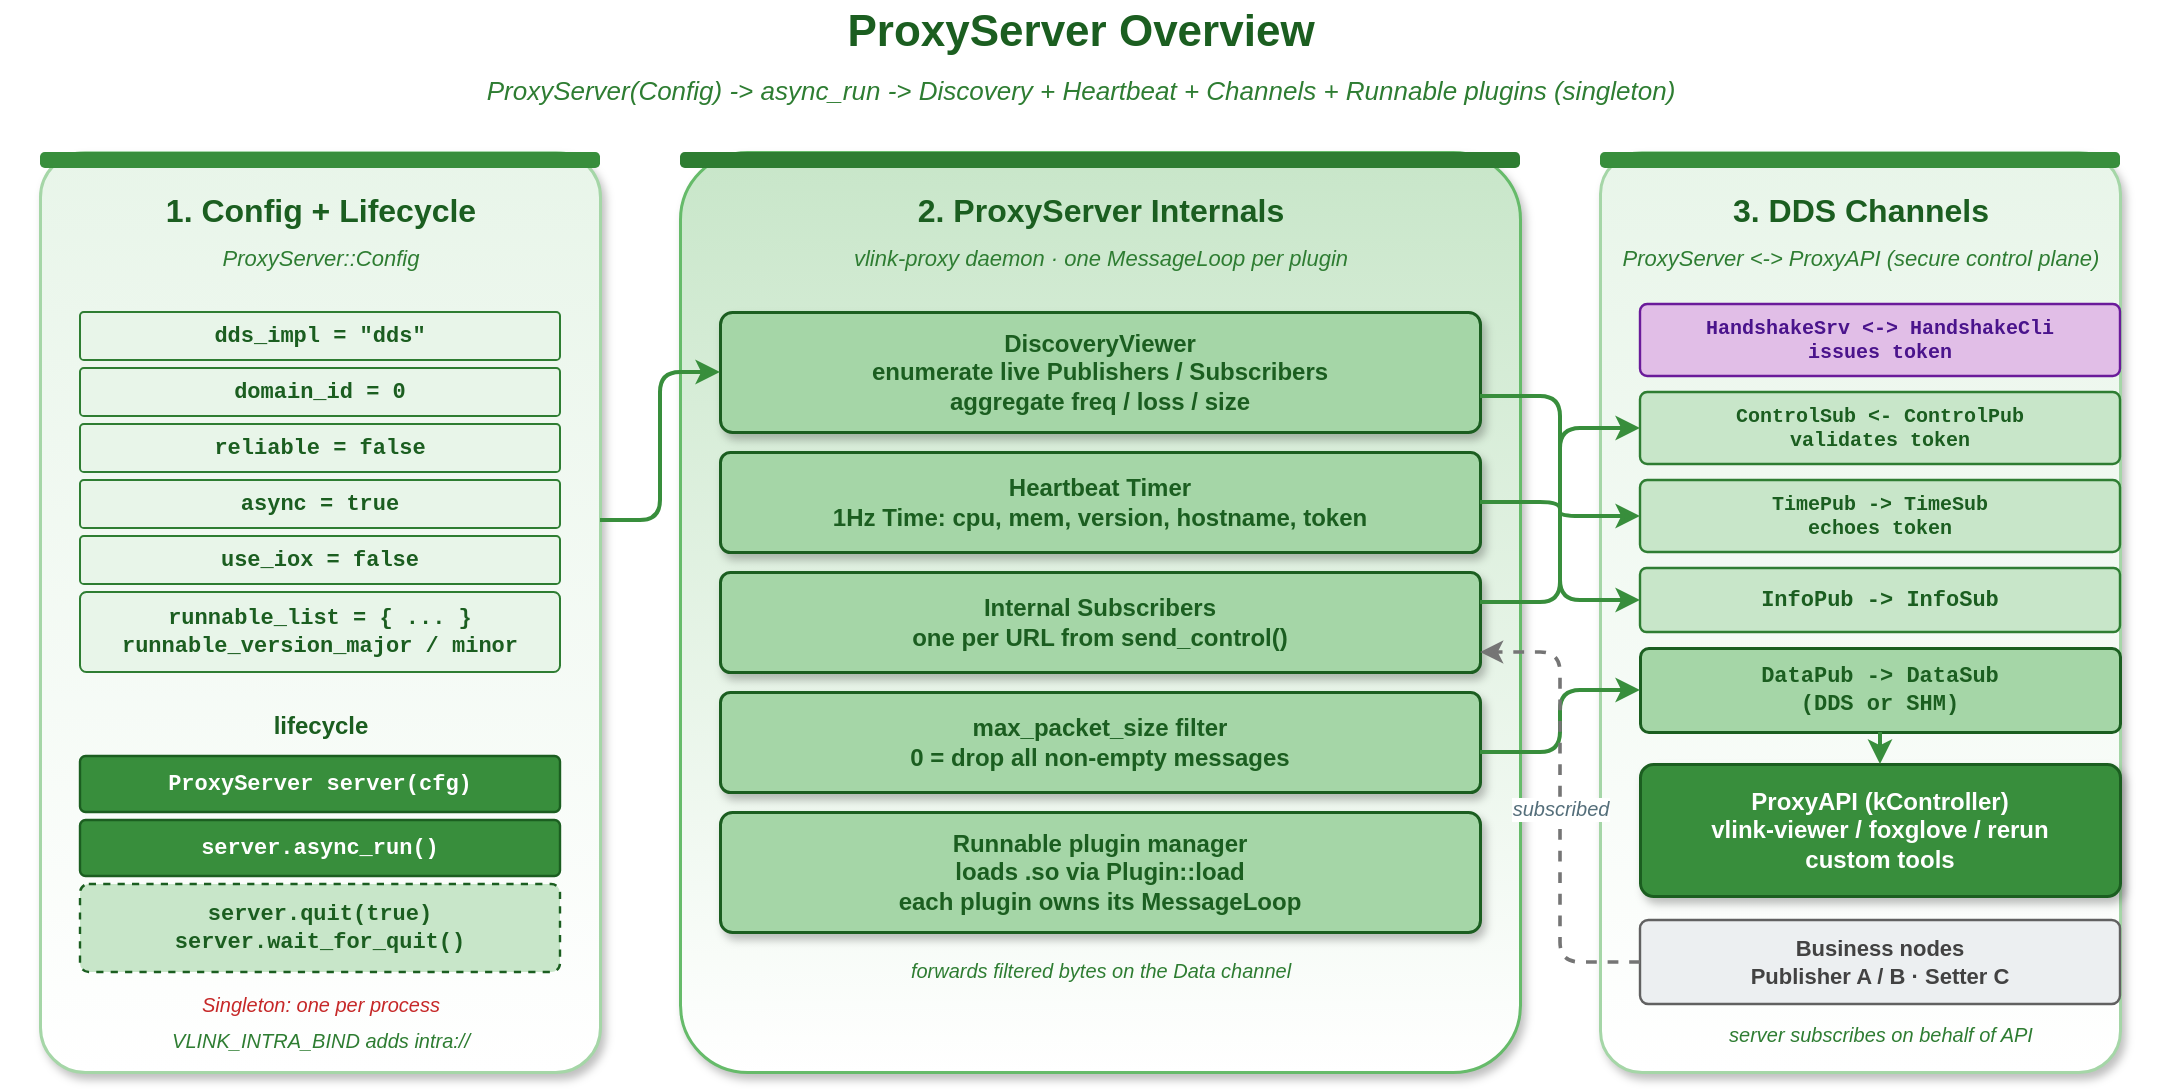
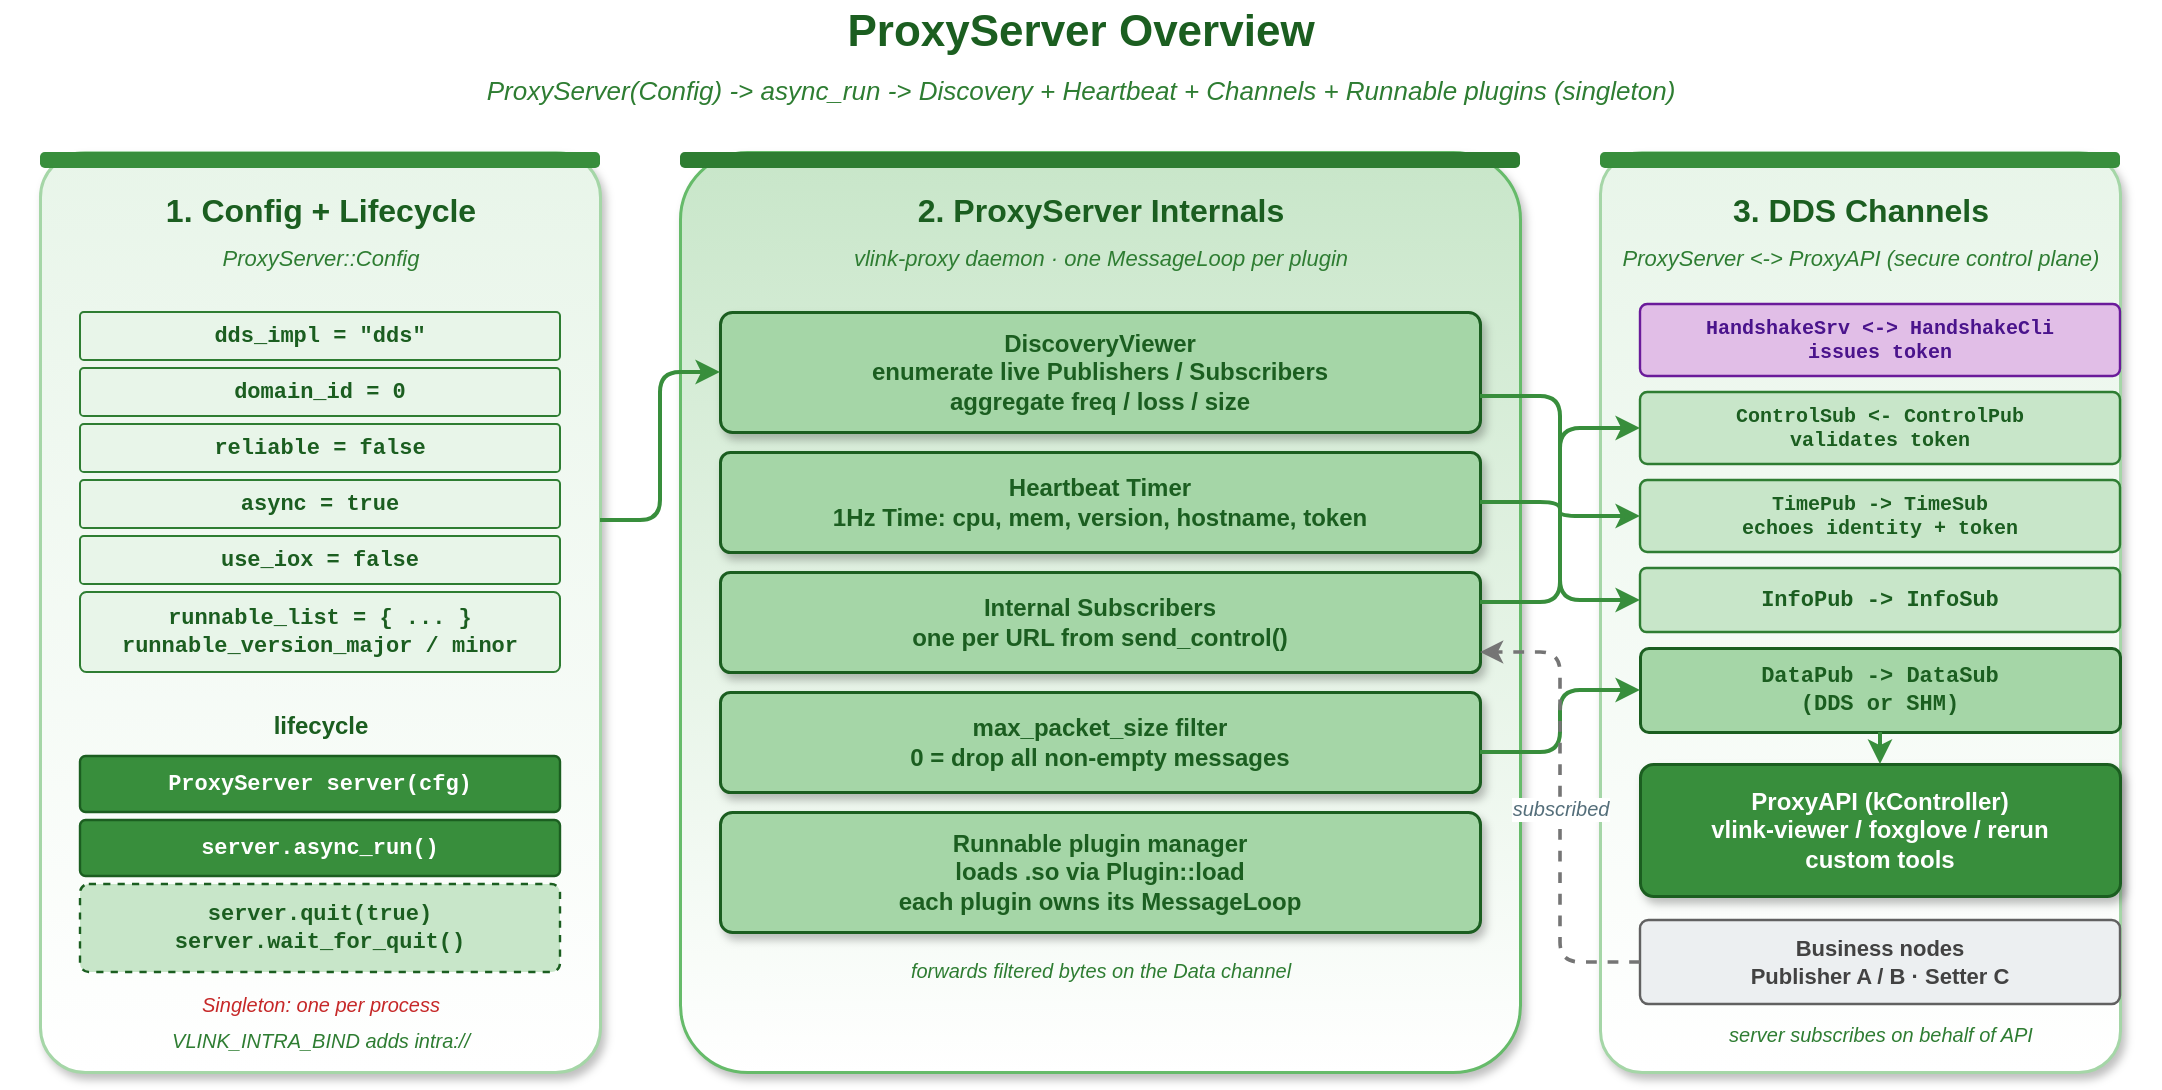
<mxfile host="app.diagrams.net" modified="2026-05-19T00:00:00.000Z" agent="Claude" version="24.0.0" type="device">
  <diagram id="proxy-server-overview" name="ProxyServer Overview">
    <mxGraphModel dx="1120" dy="640" grid="0" gridSize="10" guides="1" tooltips="1" connect="1" arrows="1" fold="1" page="1" pageScale="1" pageWidth="1120" pageHeight="640" math="0" shadow="0">
      <root>
        <mxCell id="0" />
        <mxCell id="1" parent="0" />

        <mxCell id="title" value="ProxyServer Overview" style="text;html=1;align=center;verticalAlign=middle;strokeColor=none;fillColor=none;fontSize=22;fontStyle=1;fontColor=#1b5e20;" vertex="1" parent="1">
          <mxGeometry x="20" y="24" width="1080" height="32" as="geometry" />
        </mxCell>
        <mxCell id="subtitle" value="ProxyServer(Config) -&gt; async_run -&gt; Discovery + Heartbeat + Channels + Runnable plugins  (singleton)" style="text;html=1;align=center;verticalAlign=middle;strokeColor=none;fillColor=none;fontSize=13;fontStyle=2;fontColor=#2e7d32;" vertex="1" parent="1">
          <mxGeometry x="20" y="58" width="1080" height="22" as="geometry" />
        </mxCell>

        <!-- Section 1: Config (left) -->
        <mxCell id="cfg_bg" value="" style="rounded=1;whiteSpace=wrap;html=1;fillColor=#ffffff;strokeColor=#a5d6a7;strokeWidth=1.5;arcSize=8;shadow=1;gradientColor=#e8f5e9;gradientDirection=north;" vertex="1" parent="1">
          <mxGeometry x="40" y="100" width="280" height="460" as="geometry" />
        </mxCell>
        <mxCell id="cfg_bar" value="" style="rounded=1;whiteSpace=wrap;html=1;fillColor=#388e3c;strokeColor=none;arcSize=30;" vertex="1" parent="1">
          <mxGeometry x="40" y="100" width="280" height="8" as="geometry" />
        </mxCell>
        <mxCell id="cfg_t" value="1. Config + Lifecycle" style="text;html=1;align=center;verticalAlign=middle;strokeColor=none;fillColor=none;fontSize=16;fontStyle=1;fontColor=#1b5e20;" vertex="1" parent="1">
          <mxGeometry x="40" y="116" width="280" height="26" as="geometry" />
        </mxCell>
        <mxCell id="cfg_st" value="ProxyServer::Config" style="text;html=1;align=center;verticalAlign=middle;strokeColor=none;fillColor=none;fontSize=11;fontStyle=2;fontColor=#2e7d32;" vertex="1" parent="1">
          <mxGeometry x="40" y="144" width="280" height="18" as="geometry" />
        </mxCell>

        <mxCell id="cfg_dds" value="dds_impl = &quot;dds&quot;" style="rounded=1;whiteSpace=wrap;html=1;fillColor=#e8f5e9;strokeColor=#2e7d32;strokeWidth=1;arcSize=8;fontSize=11;fontFamily=Courier New;fontStyle=1;fontColor=#1b5e20;" vertex="1" parent="1">
          <mxGeometry x="60" y="180" width="240" height="24" as="geometry" />
        </mxCell>
        <mxCell id="cfg_dom" value="domain_id = 0" style="rounded=1;whiteSpace=wrap;html=1;fillColor=#e8f5e9;strokeColor=#2e7d32;strokeWidth=1;arcSize=8;fontSize=11;fontFamily=Courier New;fontStyle=1;fontColor=#1b5e20;" vertex="1" parent="1">
          <mxGeometry x="60" y="208" width="240" height="24" as="geometry" />
        </mxCell>
        <mxCell id="cfg_rel" value="reliable = false" style="rounded=1;whiteSpace=wrap;html=1;fillColor=#e8f5e9;strokeColor=#2e7d32;strokeWidth=1;arcSize=8;fontSize=11;fontFamily=Courier New;fontStyle=1;fontColor=#1b5e20;" vertex="1" parent="1">
          <mxGeometry x="60" y="236" width="240" height="24" as="geometry" />
        </mxCell>
        <mxCell id="cfg_async" value="async = true" style="rounded=1;whiteSpace=wrap;html=1;fillColor=#e8f5e9;strokeColor=#2e7d32;strokeWidth=1;arcSize=8;fontSize=11;fontFamily=Courier New;fontStyle=1;fontColor=#1b5e20;" vertex="1" parent="1">
          <mxGeometry x="60" y="264" width="240" height="24" as="geometry" />
        </mxCell>
        <mxCell id="cfg_iox" value="use_iox = false" style="rounded=1;whiteSpace=wrap;html=1;fillColor=#e8f5e9;strokeColor=#2e7d32;strokeWidth=1;arcSize=8;fontSize=11;fontFamily=Courier New;fontStyle=1;fontColor=#1b5e20;" vertex="1" parent="1">
          <mxGeometry x="60" y="292" width="240" height="24" as="geometry" />
        </mxCell>
        <mxCell id="cfg_run" value="runnable_list = { ... }&#10;runnable_version_major / minor" style="rounded=1;whiteSpace=wrap;html=1;fillColor=#e8f5e9;strokeColor=#2e7d32;strokeWidth=1;arcSize=8;fontSize=11;fontFamily=Courier New;fontStyle=1;fontColor=#1b5e20;" vertex="1" parent="1">
          <mxGeometry x="60" y="320" width="240" height="40" as="geometry" />
        </mxCell>

        <mxCell id="life_t" value="lifecycle" style="text;html=1;align=center;verticalAlign=middle;strokeColor=none;fillColor=none;fontSize=12;fontStyle=1;fontColor=#1b5e20;" vertex="1" parent="1">
          <mxGeometry x="60" y="376" width="240" height="22" as="geometry" />
        </mxCell>
        <mxCell id="life_ctor" value="ProxyServer server(cfg)" style="rounded=1;whiteSpace=wrap;html=1;fillColor=#388e3c;strokeColor=#1b5e20;strokeWidth=1.2;arcSize=10;fontSize=11;fontFamily=Courier New;fontStyle=1;fontColor=#ffffff;" vertex="1" parent="1">
          <mxGeometry x="60" y="402" width="240" height="28" as="geometry" />
        </mxCell>
        <mxCell id="life_run" value="server.async_run()" style="rounded=1;whiteSpace=wrap;html=1;fillColor=#388e3c;strokeColor=#1b5e20;strokeWidth=1.2;arcSize=10;fontSize=11;fontFamily=Courier New;fontStyle=1;fontColor=#ffffff;" vertex="1" parent="1">
          <mxGeometry x="60" y="434" width="240" height="28" as="geometry" />
        </mxCell>
        <mxCell id="life_quit" value="server.quit(true)&#10;server.wait_for_quit()" style="rounded=1;whiteSpace=wrap;html=1;fillColor=#c8e6c9;strokeColor=#1b5e20;strokeWidth=1.2;arcSize=10;fontSize=11;fontFamily=Courier New;fontStyle=1;fontColor=#1b5e20;dashed=1;" vertex="1" parent="1">
          <mxGeometry x="60" y="466" width="240" height="44" as="geometry" />
        </mxCell>
        <mxCell id="life_sing" value="Singleton: one per process" style="text;html=1;align=center;verticalAlign=middle;strokeColor=none;fillColor=none;fontSize=10;fontStyle=2;fontColor=#c62828;" vertex="1" parent="1">
          <mxGeometry x="60" y="516" width="240" height="20" as="geometry" />
        </mxCell>
        <mxCell id="life_env" value="VLINK_INTRA_BIND adds intra://" style="text;html=1;align=center;verticalAlign=middle;strokeColor=none;fillColor=none;fontSize=10;fontStyle=2;fontColor=#2e7d32;" vertex="1" parent="1">
          <mxGeometry x="60" y="534" width="240" height="20" as="geometry" />
        </mxCell>

        <!-- Section 2: Server internals -->
        <mxCell id="srv_bg" value="" style="rounded=1;whiteSpace=wrap;html=1;fillColor=#ffffff;strokeColor=#66bb6a;strokeWidth=1.5;arcSize=8;shadow=1;gradientColor=#c8e6c9;gradientDirection=north;" vertex="1" parent="1">
          <mxGeometry x="360" y="100" width="420" height="460" as="geometry" />
        </mxCell>
        <mxCell id="srv_bar" value="" style="rounded=1;whiteSpace=wrap;html=1;fillColor=#2e7d32;strokeColor=none;arcSize=30;" vertex="1" parent="1">
          <mxGeometry x="360" y="100" width="420" height="8" as="geometry" />
        </mxCell>
        <mxCell id="srv_t" value="2. ProxyServer Internals" style="text;html=1;align=center;verticalAlign=middle;strokeColor=none;fillColor=none;fontSize=16;fontStyle=1;fontColor=#1b5e20;" vertex="1" parent="1">
          <mxGeometry x="360" y="116" width="420" height="26" as="geometry" />
        </mxCell>
        <mxCell id="srv_st" value="vlink-proxy daemon &#183; one MessageLoop per plugin" style="text;html=1;align=center;verticalAlign=middle;strokeColor=none;fillColor=none;fontSize=11;fontStyle=2;fontColor=#2e7d32;" vertex="1" parent="1">
          <mxGeometry x="360" y="144" width="420" height="18" as="geometry" />
        </mxCell>

        <mxCell id="srv_dv" value="DiscoveryViewer&#10;enumerate live Publishers / Subscribers&#10;aggregate freq / loss / size" style="rounded=1;whiteSpace=wrap;html=1;fillColor=#a5d6a7;strokeColor=#1b5e20;strokeWidth=1.5;arcSize=10;fontSize=12;fontStyle=1;fontColor=#1b5e20;shadow=1;" vertex="1" parent="1">
          <mxGeometry x="380" y="180" width="380" height="60" as="geometry" />
        </mxCell>
        <mxCell id="srv_hb" value="Heartbeat Timer&#10;1Hz Time: cpu, mem, version, hostname, token" style="rounded=1;whiteSpace=wrap;html=1;fillColor=#a5d6a7;strokeColor=#1b5e20;strokeWidth=1.5;arcSize=10;fontSize=12;fontStyle=1;fontColor=#1b5e20;shadow=1;" vertex="1" parent="1">
          <mxGeometry x="380" y="250" width="380" height="50" as="geometry" />
        </mxCell>
        <mxCell id="srv_sub" value="Internal Subscribers&#10;one per URL from send_control()" style="rounded=1;whiteSpace=wrap;html=1;fillColor=#a5d6a7;strokeColor=#1b5e20;strokeWidth=1.5;arcSize=10;fontSize=12;fontStyle=1;fontColor=#1b5e20;shadow=1;" vertex="1" parent="1">
          <mxGeometry x="380" y="310" width="380" height="50" as="geometry" />
        </mxCell>
        <mxCell id="srv_filt" value="max_packet_size filter&#10;0 = drop all non-empty messages" style="rounded=1;whiteSpace=wrap;html=1;fillColor=#a5d6a7;strokeColor=#1b5e20;strokeWidth=1.5;arcSize=10;fontSize=12;fontStyle=1;fontColor=#1b5e20;shadow=1;" vertex="1" parent="1">
          <mxGeometry x="380" y="370" width="380" height="50" as="geometry" />
        </mxCell>
        <mxCell id="srv_plug" value="Runnable plugin manager&#10;loads .so via Plugin::load&lt;RunablePluginInterface&gt;&#10;each plugin owns its MessageLoop" style="rounded=1;whiteSpace=wrap;html=1;fillColor=#a5d6a7;strokeColor=#1b5e20;strokeWidth=1.5;arcSize=10;fontSize=12;fontStyle=1;fontColor=#1b5e20;shadow=1;" vertex="1" parent="1">
          <mxGeometry x="380" y="430" width="380" height="60" as="geometry" />
        </mxCell>
        <mxCell id="srv_note" value="forwards filtered bytes on the Data channel" style="text;html=1;align=center;verticalAlign=middle;strokeColor=none;fillColor=none;fontSize=10;fontStyle=2;fontColor=#2e7d32;" vertex="1" parent="1">
          <mxGeometry x="380" y="498" width="380" height="22" as="geometry" />
        </mxCell>

        <!-- Section 3: Channels + API peer (right) -->
        <mxCell id="ch_bg" value="" style="rounded=1;whiteSpace=wrap;html=1;fillColor=#ffffff;strokeColor=#a5d6a7;strokeWidth=1.5;arcSize=8;shadow=1;gradientColor=#e8f5e9;gradientDirection=north;" vertex="1" parent="1">
          <mxGeometry x="820" y="100" width="260" height="460" as="geometry" />
        </mxCell>
        <mxCell id="ch_bar" value="" style="rounded=1;whiteSpace=wrap;html=1;fillColor=#388e3c;strokeColor=none;arcSize=30;" vertex="1" parent="1">
          <mxGeometry x="820" y="100" width="260" height="8" as="geometry" />
        </mxCell>
        <mxCell id="ch_t" value="3. DDS Channels" style="text;html=1;align=center;verticalAlign=middle;strokeColor=none;fillColor=none;fontSize=16;fontStyle=1;fontColor=#1b5e20;" vertex="1" parent="1">
          <mxGeometry x="820" y="116" width="260" height="26" as="geometry" />
        </mxCell>
        <mxCell id="ch_st" value="ProxyServer  &lt;-&gt;  ProxyAPI (secure control plane)" style="text;html=1;align=center;verticalAlign=middle;strokeColor=none;fillColor=none;fontSize=11;fontStyle=2;fontColor=#2e7d32;" vertex="1" parent="1">
          <mxGeometry x="820" y="144" width="260" height="18" as="geometry" />
        </mxCell>

        <mxCell id="ch_handshake" value="HandshakeSrv &lt;-&gt; HandshakeCli&#10;issues token" style="rounded=1;whiteSpace=wrap;html=1;fillColor=#e1bee7;strokeColor=#6a1b9a;strokeWidth=1.2;arcSize=10;fontSize=10;fontFamily=Courier New;fontStyle=1;fontColor=#4a148c;" vertex="1" parent="1">
          <mxGeometry x="840" y="176" width="240" height="36" as="geometry" />
        </mxCell>
        <mxCell id="ch_ctrl" value="ControlSub &lt;- ControlPub&#10;validates token" style="rounded=1;whiteSpace=wrap;html=1;fillColor=#c8e6c9;strokeColor=#2e7d32;strokeWidth=1.2;arcSize=10;fontSize=10;fontFamily=Courier New;fontStyle=1;fontColor=#1b5e20;" vertex="1" parent="1">
          <mxGeometry x="840" y="220" width="240" height="36" as="geometry" />
        </mxCell>
-         <mxCell id="ch_time" value="TimePub -&gt; TimeSub&#10;echoes token" style="rounded=1;whiteSpace=wrap;html=1;fillColor=#c8e6c9;strokeColor=#2e7d32;strokeWidth=1.2;arcSize=10;fontSize=10;fontFamily=Courier New;fontStyle=1;fontColor=#1b5e20;" vertex="1" parent="1">
+         <mxCell id="ch_time" value="TimePub -&gt; TimeSub&#10;echoes identity + token" style="rounded=1;whiteSpace=wrap;html=1;fillColor=#c8e6c9;strokeColor=#2e7d32;strokeWidth=1.2;arcSize=10;fontSize=10;fontFamily=Courier New;fontStyle=1;fontColor=#1b5e20;" vertex="1" parent="1">
          <mxGeometry x="840" y="264" width="240" height="36" as="geometry" />
        </mxCell>
        <mxCell id="ch_info" value="InfoPub -&gt; InfoSub" style="rounded=1;whiteSpace=wrap;html=1;fillColor=#c8e6c9;strokeColor=#2e7d32;strokeWidth=1.2;arcSize=10;fontSize=11;fontFamily=Courier New;fontStyle=1;fontColor=#1b5e20;" vertex="1" parent="1">
          <mxGeometry x="840" y="308" width="240" height="32" as="geometry" />
        </mxCell>
        <mxCell id="ch_data" value="DataPub -&gt; DataSub&#10;(DDS or SHM)" style="rounded=1;whiteSpace=wrap;html=1;fillColor=#a5d6a7;strokeColor=#1b5e20;strokeWidth=1.5;arcSize=10;fontSize=11;fontFamily=Courier New;fontStyle=1;fontColor=#1b5e20;" vertex="1" parent="1">
          <mxGeometry x="840" y="348" width="240" height="42" as="geometry" />
        </mxCell>

        <mxCell id="ch_api" value="ProxyAPI (kController)&#10;vlink-viewer / foxglove / rerun&#10;custom tools" style="rounded=1;whiteSpace=wrap;html=1;fillColor=#388e3c;strokeColor=#1b5e20;strokeWidth=1.5;arcSize=10;fontSize=12;fontStyle=1;fontColor=#ffffff;shadow=1;" vertex="1" parent="1">
          <mxGeometry x="840" y="406" width="240" height="66" as="geometry" />
        </mxCell>
        <mxCell id="ch_biz" value="Business nodes&#10;Publisher A / B &#183; Setter C" style="rounded=1;whiteSpace=wrap;html=1;fillColor=#eceff1;strokeColor=#616161;strokeWidth=1.2;arcSize=10;fontSize=11;fontStyle=1;fontColor=#424242;" vertex="1" parent="1">
          <mxGeometry x="840" y="484" width="240" height="42" as="geometry" />
        </mxCell>
        <mxCell id="ch_note" value="server subscribes on behalf of API" style="text;html=1;align=center;verticalAlign=middle;strokeColor=none;fillColor=none;fontSize=10;fontStyle=2;fontColor=#2e7d32;" vertex="1" parent="1">
          <mxGeometry x="840" y="530" width="240" height="22" as="geometry" />
        </mxCell>

        <!-- Arrows -->
        <mxCell id="a_cfg_ctor" value="" style="endArrow=classic;endFill=1;html=1;strokeWidth=2;strokeColor=#388e3c;rounded=1;edgeStyle=orthogonalEdgeStyle;exitX=1;exitY=0.4;entryX=0;entryY=0.5;" edge="1" parent="1" source="cfg_bg" target="srv_dv">
          <mxGeometry relative="1" as="geometry" />
        </mxCell>
        <mxCell id="a_srv_ctrl" value="" style="endArrow=classic;endFill=1;html=1;strokeWidth=2;strokeColor=#388e3c;rounded=1;edgeStyle=orthogonalEdgeStyle;exitX=1;exitY=0.3;entryX=0;entryY=0.5;" edge="1" parent="1" source="srv_sub" target="ch_ctrl">
          <mxGeometry relative="1" as="geometry" />
        </mxCell>
        <mxCell id="a_srv_data" value="" style="endArrow=classic;endFill=1;html=1;strokeWidth=2;strokeColor=#388e3c;rounded=1;edgeStyle=orthogonalEdgeStyle;exitX=1;exitY=0.6;entryX=0;entryY=0.5;" edge="1" parent="1" source="srv_filt" target="ch_data">
          <mxGeometry relative="1" as="geometry" />
        </mxCell>
        <mxCell id="a_srv_hb" value="" style="endArrow=classic;endFill=1;html=1;strokeWidth=2;strokeColor=#388e3c;rounded=1;edgeStyle=orthogonalEdgeStyle;exitX=1;exitY=0.5;entryX=0;entryY=0.5;" edge="1" parent="1" source="srv_hb" target="ch_time">
          <mxGeometry relative="1" as="geometry" />
        </mxCell>
        <mxCell id="a_srv_dv_info" value="" style="endArrow=classic;endFill=1;html=1;strokeWidth=2;strokeColor=#388e3c;rounded=1;edgeStyle=orthogonalEdgeStyle;exitX=1;exitY=0.7;entryX=0;entryY=0.5;" edge="1" parent="1" source="srv_dv" target="ch_info">
          <mxGeometry relative="1" as="geometry" />
        </mxCell>
        <mxCell id="a_ch_api" value="" style="endArrow=classic;endFill=1;html=1;strokeWidth=2;strokeColor=#388e3c;rounded=1;edgeStyle=orthogonalEdgeStyle;exitX=0.5;exitY=1;entryX=0.5;entryY=0;" edge="1" parent="1" source="ch_data" target="ch_api">
          <mxGeometry relative="1" as="geometry" />
        </mxCell>
        <mxCell id="a_biz_srv" value="subscribed" style="endArrow=classic;endFill=1;html=1;strokeWidth=1.8;strokeColor=#757575;fontSize=10;fontStyle=2;fontColor=#546e7a;labelBackgroundColor=#ffffff;dashed=1;rounded=1;edgeStyle=orthogonalEdgeStyle;exitX=0;exitY=0.5;entryX=1;entryY=0.8;" edge="1" parent="1" source="ch_biz" target="srv_sub">
          <mxGeometry relative="1" as="geometry" />
        </mxCell>

      </root>
    </mxGraphModel>
  </diagram>
</mxfile>
